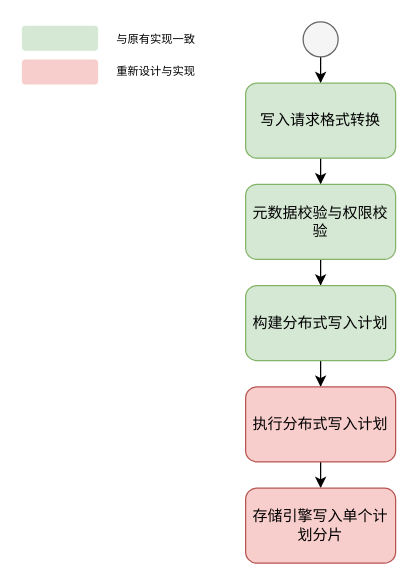
Above: 设计图/新存储引擎流程.drawio in THUMarkLau/thuthesis (draw.io), before the change. Source tidied: cells renumbered, new cells numbered last; positions are measured from the earlier drawing's top-left corner, leaving out a move shared by most shapes. Both pictures are drawn from the tidied source at 125%, with x=0, y=0 at pixel (21, 21).
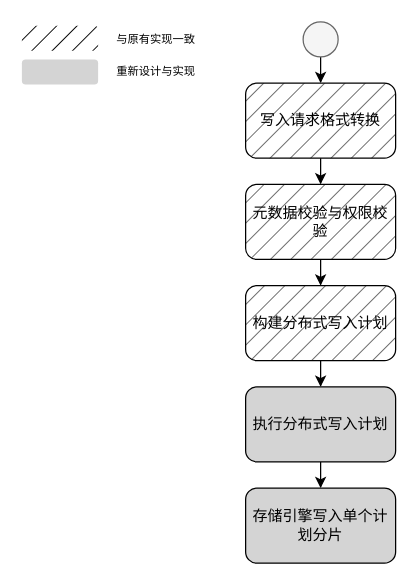
Above is the later version.

What changed in the source:
```diff
@@
 <mxGraphModel>
   <root>
     <mxCell id="0" />
     <mxCell id="1" parent="0" />
     <mxCell id="2" style="edgeStyle=orthogonalEdgeStyle;rounded=0;jettySize=auto;html=1;entryX=0.5;entryY=0;entryDx=0;entryDy=0;" parent="1" edge="1" source="3" target="7">
       <mxGeometry relative="1" as="geometry" />
     </mxCell>
-    <mxCell id="3" value="写入请求格式转换" style="rounded=1;whiteSpace=wrap;html=1;fillColor=#d5e8d4;strokeColor=#82b366;" parent="1" vertex="1">
+    <mxCell id="3" value="写入请求格式转换" style="rounded=1;whiteSpace=wrap;html=1;fillColor=#000000;strokeColor=#000000;fillStyle=hatch;fillOpacity=60;" parent="1" vertex="1">
       <mxGeometry x="179" y="49" width="120" height="60" as="geometry" />
     </mxCell>
     <mxCell id="4" style="edgeStyle=orthogonalEdgeStyle;rounded=0;jettySize=auto;html=1;" parent="1" edge="1" source="5" target="3">
       <mxGeometry relative="1" as="geometry" />
     </mxCell>
     <mxCell id="5" style="ellipse;whiteSpace=wrap;html=1;fillColor=#f5f5f5;fontColor=#333333;strokeColor=#666666;" parent="1" vertex="1">
       <mxGeometry x="225" width="28" height="28" as="geometry" />
     </mxCell>
     <mxCell id="6" style="edgeStyle=orthogonalEdgeStyle;rounded=0;jettySize=auto;html=1;" parent="1" edge="1" source="7" target="9">
       <mxGeometry relative="1" as="geometry" />
     </mxCell>
-    <mxCell id="7" value="元数据校验与权限校验" style="rounded=1;whiteSpace=wrap;html=1;fillColor=#d5e8d4;strokeColor=#82b366;" parent="1" vertex="1">
+    <mxCell id="7" value="元数据校验与权限校验" style="rounded=1;whiteSpace=wrap;html=1;fillColor=#000000;strokeColor=#000000;fillStyle=hatch;fillOpacity=60;" parent="1" vertex="1">
       <mxGeometry x="179" y="130" width="120" height="60" as="geometry" />
     </mxCell>
     <mxCell id="8" style="edgeStyle=orthogonalEdgeStyle;rounded=0;jettySize=auto;html=1;entryX=0.5;entryY=0;entryDx=0;entryDy=0;" parent="1" edge="1" source="9" target="11">
       <mxGeometry relative="1" as="geometry" />
     </mxCell>
-    <mxCell id="9" value="构建分布式写入计划" style="rounded=1;whiteSpace=wrap;html=1;fillColor=#d5e8d4;strokeColor=#82b366;" parent="1" vertex="1">
+    <mxCell id="9" value="构建分布式写入计划" style="rounded=1;whiteSpace=wrap;html=1;fillColor=#000000;strokeColor=#000000;fillStyle=hatch;fillOpacity=60;" parent="1" vertex="1">
       <mxGeometry x="179" y="211" width="120" height="60" as="geometry" />
     </mxCell>
     <mxCell id="10" style="edgeStyle=orthogonalEdgeStyle;rounded=0;jettySize=auto;html=1;entryX=0.5;entryY=0;entryDx=0;entryDy=0;" parent="1" edge="1" source="11" target="12">
       <mxGeometry relative="1" as="geometry" />
     </mxCell>
-    <mxCell id="11" value="执行分布式写入计划" style="rounded=1;whiteSpace=wrap;html=1;fillColor=#f8cecc;strokeColor=#b85450;" parent="1" vertex="1">
+    <mxCell id="11" value="执行分布式写入计划" style="rounded=1;whiteSpace=wrap;html=1;fillColor=#D4D4D4;strokeColor=#000000;" parent="1" vertex="1">
       <mxGeometry x="179" y="292" width="120" height="60" as="geometry" />
     </mxCell>
-    <mxCell id="12" value="存储引擎写入单个计划分片" style="rounded=1;whiteSpace=wrap;html=1;fillColor=#f8cecc;strokeColor=#b85450;" parent="1" vertex="1">
+    <mxCell id="12" value="存储引擎写入单个计划分片" style="rounded=1;whiteSpace=wrap;html=1;fillColor=#D4D4D4;strokeColor=#000000;" parent="1" vertex="1">
       <mxGeometry x="179" y="373" width="120" height="60" as="geometry" />
     </mxCell>
-    <mxCell id="13" style="rounded=1;whiteSpace=wrap;html=1;fillColor=#d5e8d4;strokeColor=none;" parent="1" vertex="1">
+    <mxCell id="13" style="rounded=1;whiteSpace=wrap;html=1;fillColor=#000000;strokeColor=none;fillStyle=hatch;" parent="1" vertex="1">
       <mxGeometry y="3" width="61" height="20" as="geometry" />
     </mxCell>
     <mxCell id="14" value="&lt;font style=&quot;font-size: 9px;&quot;&gt;与原有实现一致&lt;/font&gt;" style="text;html=1;align=center;verticalAlign=middle;strokeColor=none;fillColor=none;" parent="1" vertex="1">
       <mxGeometry x="66" width="81" height="26" as="geometry" />
     </mxCell>
     <mxCell id="15" value="&lt;font style=&quot;font-size: 9px;&quot;&gt;重新设计与实现&lt;/font&gt;" style="text;html=1;align=center;verticalAlign=middle;strokeColor=none;fillColor=none;" parent="1" vertex="1">
       <mxGeometry x="66" y="26" width="81" height="26" as="geometry" />
     </mxCell>
-    <mxCell id="16" style="rounded=1;whiteSpace=wrap;html=1;fillColor=#f8cecc;strokeColor=none;" parent="1" vertex="1">
+    <mxCell id="16" style="rounded=1;whiteSpace=wrap;html=1;fillColor=#D4D4D4;strokeColor=none;" parent="1" vertex="1">
       <mxGeometry y="30" width="61" height="20" as="geometry" />
     </mxCell>
   </root>
 </mxGraphModel>
```
